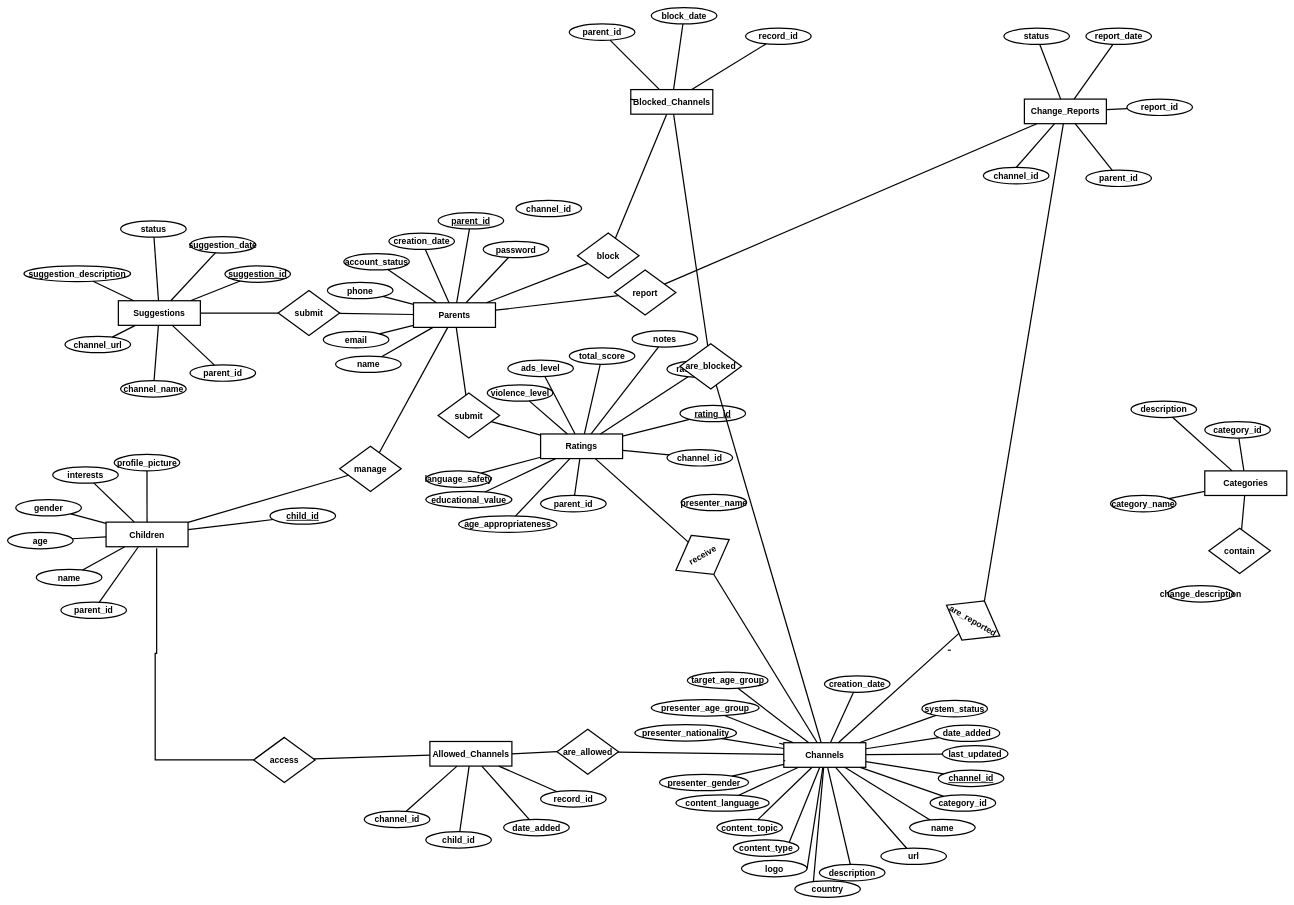
This is page "ERD (Classes)" (7 of 7) of رقيب.drawio from MahmoudHamdy19/diagrams-, a draw.io file, before an edit. Source tidied: cells renumbered, new cells numbered last; positions are measured from the earlier drawing's top-left corner, leaving out a move shared by most shapes. Both pictures are drawn from the tidied source at 41%, with x=0, y=0 at pixel (7, 7).
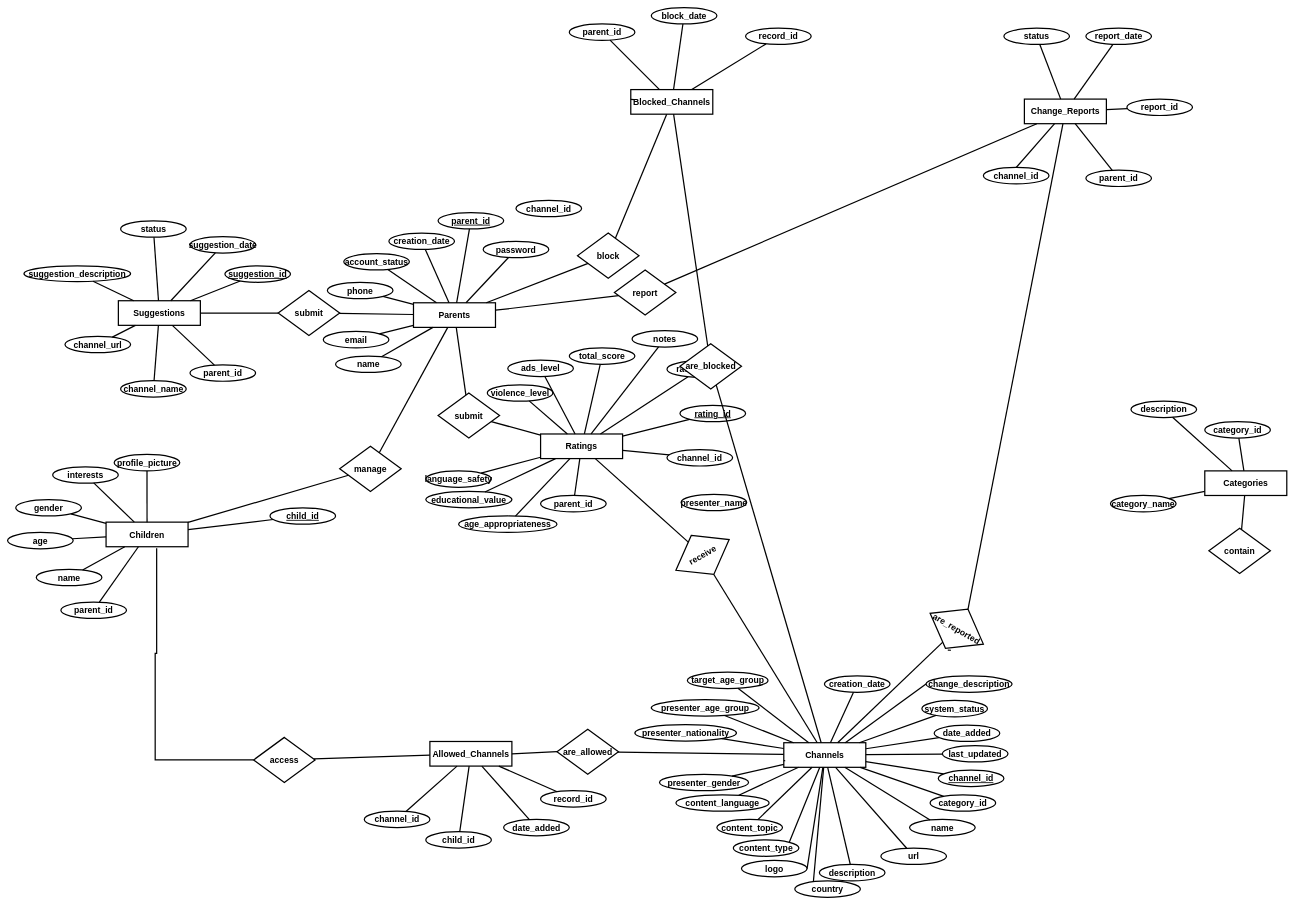
Above is the later version.

Unchanged cells that the change refers to:
```xml
<mxCell id="108" value="Channels" style="rounded=0;whiteSpace=wrap;html=1;strokeWidth=3;labelBackgroundColor=none;fontColor=#000000;fontStyle=1;fontSize=21;fontFamily=Helvetica;" parent="1" vertex="1">
  <mxGeometry x="1893.2" y="1793" width="200" height="60" as="geometry" />
</mxCell>
```

What changed in the source:
```diff
@@
     <mxCell id="65" value="change_description" style="ellipse;whiteSpace=wrap;html=1;strokeWidth=3;labelBackgroundColor=none;fontColor=#000000;fontStyle=1;fontSize=21;fontFamily=Helvetica;" parent="1" vertex="1">
-      <mxGeometry x="2830" y="1410" width="160" height="40" as="geometry" />
+      <mxGeometry x="2240" y="1630" width="210" height="40" as="geometry" />
     </mxCell>
@@
-    <mxCell id="130" style="edgeStyle=none;rounded=0;jettySize=auto;html=1;strokeWidth=3;endArrow=none;endFill=0;fontFamily=Helvetica;fontSize=21;fontStyle=1;" parent="1" edge="1" source="108">
-      <mxGeometry relative="1" as="geometry">
-        <mxPoint x="1882.1" y="1794.3" as="targetPoint" />
-      </mxGeometry>
-    </mxCell>
@@
     <mxCell id="177" value="are_reported" style="shape=rhombus;perimeter=rhombusPerimeter;whiteSpace=wrap;html=1;align=center;strokeWidth=3;fontSize=21;labelBackgroundColor=none;fontColor=#000000;fontStyle=1;fontFamily=Helvetica;rotation=30;" parent="1" vertex="1">
-      <mxGeometry x="2280" y="1440" width="150" height="110" as="geometry" />
+      <mxGeometry x="2240" y="1460" width="150" height="110" as="geometry" />
     </mxCell>
@@
+    <mxCell id="180" style="edgeStyle=none;rounded=0;jettySize=auto;html=1;strokeWidth=3;endArrow=none;endFill=0;fontFamily=Helvetica;fontSize=21;fontStyle=1;entryX=0;entryY=0.5;entryDx=0;entryDy=0;exitX=0.75;exitY=0;exitDx=0;exitDy=0;" parent="1" edge="1" source="108" target="65">
+      <mxGeometry relative="1" as="geometry" />
+    </mxCell>
```
